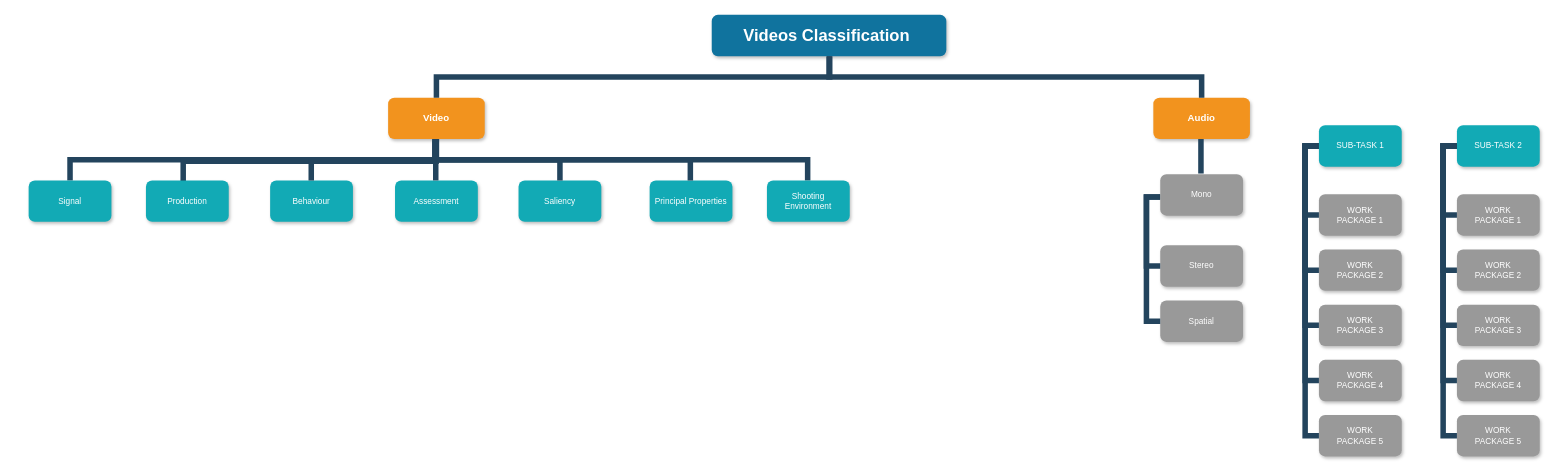
The draw.io diagram Untitled Diagram.drawio in ashutosh3308/360-SimulatorSickness-Data, before the edit. Source tidied: cells renumbered, new cells numbered last; positions are measured from the earlier drawing's top-left corner, leaving out a move shared by most shapes. Both pictures are drawn from the tidied source at 69%, with x=0, y=0 at pixel (28, 14).
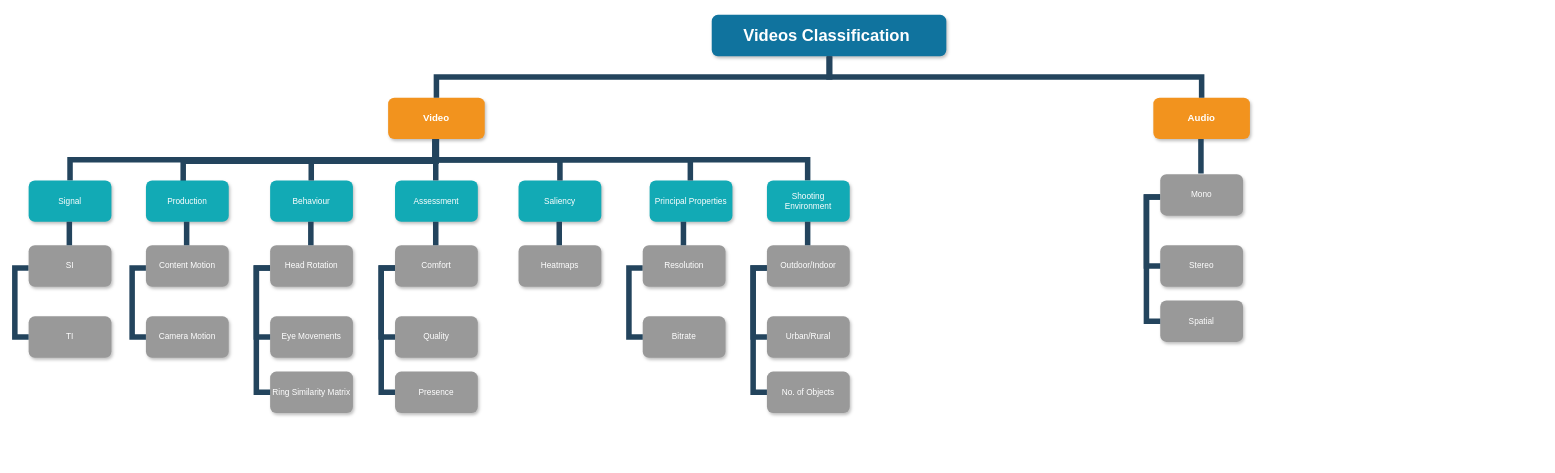
The same page after the edit.

What changed in the source:
```diff
@@
-    <mxCell id="6" value="SUB-TASK 2" style="whiteSpace=wrap;rounded=1;fillColor=#12AAB5;strokeColor=none;shadow=1;fontColor=#FFFFFF;" parent="1" vertex="1">
-      <mxGeometry x="2070" y="160" width="120" height="60" as="geometry" />
-    </mxCell>
-    <mxCell id="7" value="WORK&#10;PACKAGE 1" style="whiteSpace=wrap;rounded=1;fillColor=#999999;strokeColor=none;shadow=1;fontColor=#FFFFFF;fontStyle=0;" parent="1" vertex="1">
-      <mxGeometry x="1870" y="260" width="120" height="60" as="geometry" />
-    </mxCell>
-    <mxCell id="8" value="WORK&#10;PACKAGE 2" style="whiteSpace=wrap;rounded=1;fillColor=#999999;strokeColor=none;shadow=1;fontColor=#FFFFFF;fontStyle=0;" parent="1" vertex="1">
-      <mxGeometry x="1870" y="340" width="120" height="60" as="geometry" />
-    </mxCell>
-    <mxCell id="9" value="WORK&#10;PACKAGE 3" style="whiteSpace=wrap;rounded=1;fillColor=#999999;strokeColor=none;shadow=1;fontColor=#FFFFFF;fontStyle=0;" parent="1" vertex="1">
-      <mxGeometry x="1870" y="420" width="120" height="60" as="geometry" />
-    </mxCell>
-    <mxCell id="10" value="WORK&#10;PACKAGE 4" style="whiteSpace=wrap;rounded=1;fillColor=#999999;strokeColor=none;shadow=1;fontColor=#FFFFFF;fontStyle=0;" parent="1" vertex="1">
-      <mxGeometry x="1870" y="500" width="120" height="60" as="geometry" />
-    </mxCell>
-    <mxCell id="11" value="WORK&#10;PACKAGE 5" style="whiteSpace=wrap;rounded=1;fillColor=#999999;strokeColor=none;shadow=1;fontColor=#FFFFFF;fontStyle=0;" parent="1" vertex="1">
-      <mxGeometry x="1870" y="580" width="120" height="60" as="geometry" />
-    </mxCell>
-    <mxCell id="12" value="WORK&#10;PACKAGE 1" style="whiteSpace=wrap;rounded=1;fillColor=#999999;strokeColor=none;shadow=1;fontColor=#FFFFFF;fontStyle=0;" parent="1" vertex="1">
-      <mxGeometry x="2070" y="260" width="120" height="60" as="geometry" />
-    </mxCell>
-    <mxCell id="13" value="WORK&#10;PACKAGE 2" style="whiteSpace=wrap;rounded=1;fillColor=#999999;strokeColor=none;shadow=1;fontColor=#FFFFFF;fontStyle=0;" parent="1" vertex="1">
-      <mxGeometry x="2070" y="340" width="120" height="60" as="geometry" />
-    </mxCell>
-    <mxCell id="14" value="WORK&#10;PACKAGE 3" style="whiteSpace=wrap;rounded=1;fillColor=#999999;strokeColor=none;shadow=1;fontColor=#FFFFFF;fontStyle=0;" parent="1" vertex="1">
-      <mxGeometry x="2070" y="420" width="120" height="60" as="geometry" />
-    </mxCell>
-    <mxCell id="15" value="WORK&#10;PACKAGE 4" style="whiteSpace=wrap;rounded=1;fillColor=#999999;strokeColor=none;shadow=1;fontColor=#FFFFFF;fontStyle=0;" parent="1" vertex="1">
-      <mxGeometry x="2070" y="500" width="120" height="60" as="geometry" />
-    </mxCell>
-    <mxCell id="16" value="WORK&#10;PACKAGE 5" style="whiteSpace=wrap;rounded=1;fillColor=#999999;strokeColor=none;shadow=1;fontColor=#FFFFFF;fontStyle=0;" parent="1" vertex="1">
-      <mxGeometry x="2070" y="580" width="120" height="60" as="geometry" />
-    </mxCell>
-    <mxCell id="17" style="edgeStyle=elbowEdgeStyle;elbow=horizontal;rounded=0;fontColor=#000000;endArrow=none;endFill=0;strokeWidth=8;strokeColor=#23445D;" parent="1" edge="1" target="7">
-      <mxGeometry relative="1" as="geometry">
-        <mxPoint x="1870" y="190" as="sourcePoint" />
-        <Array as="points">
-          <mxPoint x="1850" y="240" />
-        </Array>
-      </mxGeometry>
-    </mxCell>
-    <mxCell id="18" style="edgeStyle=elbowEdgeStyle;elbow=horizontal;rounded=0;fontColor=#000000;endArrow=none;endFill=0;strokeWidth=8;strokeColor=#23445D;" parent="1" edge="1" target="8">
-      <mxGeometry relative="1" as="geometry">
-        <mxPoint x="1870" y="190" as="sourcePoint" />
-        <Array as="points">
-          <mxPoint x="1850" y="280" />
-        </Array>
-      </mxGeometry>
-    </mxCell>
-    <mxCell id="19" style="edgeStyle=elbowEdgeStyle;elbow=horizontal;rounded=0;fontColor=#000000;endArrow=none;endFill=0;strokeWidth=8;strokeColor=#23445D;" parent="1" edge="1" target="11">
-      <mxGeometry relative="1" as="geometry">
-        <mxPoint x="1870" y="190" as="sourcePoint" />
-        <Array as="points">
-          <mxPoint x="1850" y="410" />
-        </Array>
-      </mxGeometry>
-    </mxCell>
-    <mxCell id="20" style="edgeStyle=elbowEdgeStyle;elbow=horizontal;rounded=0;fontColor=#000000;endArrow=none;endFill=0;strokeWidth=8;strokeColor=#23445D;" parent="1" edge="1" target="10">
-      <mxGeometry relative="1" as="geometry">
-        <mxPoint x="1870" y="190" as="sourcePoint" />
-        <Array as="points">
-          <mxPoint x="1850" y="360" />
-        </Array>
-      </mxGeometry>
-    </mxCell>
-    <mxCell id="21" style="edgeStyle=elbowEdgeStyle;elbow=horizontal;rounded=0;fontColor=#000000;endArrow=none;endFill=0;strokeWidth=8;strokeColor=#23445D;" parent="1" edge="1" target="9">
-      <mxGeometry relative="1" as="geometry">
-        <mxPoint x="1870" y="190" as="sourcePoint" />
-        <Array as="points">
-          <mxPoint x="1850" y="330" />
-        </Array>
-      </mxGeometry>
-    </mxCell>
-    <mxCell id="22" style="edgeStyle=elbowEdgeStyle;elbow=horizontal;rounded=0;fontColor=#000000;endArrow=none;endFill=0;strokeWidth=8;strokeColor=#23445D;" parent="1" edge="1" source="6" target="12">
-      <mxGeometry relative="1" as="geometry">
-        <Array as="points">
-          <mxPoint x="2050" y="240" />
-        </Array>
-      </mxGeometry>
-    </mxCell>
-    <mxCell id="23" style="edgeStyle=elbowEdgeStyle;elbow=horizontal;rounded=0;fontColor=#000000;endArrow=none;endFill=0;strokeWidth=8;strokeColor=#23445D;" parent="1" edge="1" source="6" target="13">
-      <mxGeometry relative="1" as="geometry">
-        <Array as="points">
-          <mxPoint x="2050" y="280" />
-        </Array>
-      </mxGeometry>
-    </mxCell>
-    <mxCell id="24" style="edgeStyle=elbowEdgeStyle;elbow=horizontal;rounded=0;fontColor=#000000;endArrow=none;endFill=0;strokeWidth=8;strokeColor=#23445D;" parent="1" edge="1" source="6" target="16">
-      <mxGeometry relative="1" as="geometry">
-        <Array as="points">
-          <mxPoint x="2050" y="400" />
-        </Array>
-      </mxGeometry>
-    </mxCell>
-    <mxCell id="25" style="edgeStyle=elbowEdgeStyle;elbow=horizontal;rounded=0;fontColor=#000000;endArrow=none;endFill=0;strokeWidth=8;strokeColor=#23445D;" parent="1" edge="1" source="6" target="15">
-      <mxGeometry relative="1" as="geometry">
-        <Array as="points">
-          <mxPoint x="2050" y="360" />
-        </Array>
-      </mxGeometry>
-    </mxCell>
-    <mxCell id="26" style="edgeStyle=elbowEdgeStyle;elbow=horizontal;rounded=0;fontColor=#000000;endArrow=none;endFill=0;strokeWidth=8;strokeColor=#23445D;" parent="1" edge="1" source="6" target="14">
-      <mxGeometry relative="1" as="geometry">
-        <Array as="points">
-          <mxPoint x="2050" y="330" />
-        </Array>
-      </mxGeometry>
-    </mxCell>
@@
-    <mxCell id="37" value="SUB-TASK 1" style="whiteSpace=wrap;rounded=1;fillColor=#12AAB5;strokeColor=none;shadow=1;fontColor=#FFFFFF;" parent="1" vertex="1">
-      <mxGeometry x="1870" y="160" width="120" height="60" as="geometry" />
-    </mxCell>
@@
+    <mxCell id="49" value="Urban/Rural" style="whiteSpace=wrap;rounded=1;fillColor=#999999;strokeColor=none;shadow=1;fontColor=#FFFFFF;fontStyle=0;" parent="1" vertex="1">
+      <mxGeometry x="1070" y="437" width="120" height="60" as="geometry" />
+    </mxCell>
+    <mxCell id="50" value="No. of Objects" style="whiteSpace=wrap;rounded=1;fillColor=#999999;strokeColor=none;shadow=1;fontColor=#FFFFFF;fontStyle=0;" parent="1" vertex="1">
+      <mxGeometry x="1070" y="517" width="120" height="60" as="geometry" />
+    </mxCell>
+    <mxCell id="51" style="edgeStyle=elbowEdgeStyle;elbow=horizontal;rounded=0;fontColor=#000000;endArrow=none;endFill=0;strokeWidth=8;strokeColor=#23445D;" parent="1" edge="1" target="49">
+      <mxGeometry relative="1" as="geometry">
+        <mxPoint x="1070" y="367" as="sourcePoint" />
+        <Array as="points">
+          <mxPoint x="1050" y="417" />
+        </Array>
+      </mxGeometry>
+    </mxCell>
+    <mxCell id="52" style="edgeStyle=elbowEdgeStyle;elbow=horizontal;rounded=0;fontColor=#000000;endArrow=none;endFill=0;strokeWidth=8;strokeColor=#23445D;" parent="1" edge="1" target="50">
+      <mxGeometry relative="1" as="geometry">
+        <mxPoint x="1070" y="367" as="sourcePoint" />
+        <Array as="points">
+          <mxPoint x="1050" y="457" />
+        </Array>
+      </mxGeometry>
+    </mxCell>
+    <mxCell id="53" value="Outdoor/Indoor" style="whiteSpace=wrap;rounded=1;fillColor=#999999;strokeColor=none;shadow=1;fontColor=#FFFFFF;fontStyle=0;" parent="1" vertex="1">
+      <mxGeometry x="1070" y="334" width="120" height="60" as="geometry" />
+    </mxCell>
+    <mxCell id="54" style="edgeStyle=elbowEdgeStyle;elbow=vertical;rounded=0;fontColor=#000000;endArrow=none;endFill=0;strokeWidth=8;strokeColor=#23445D;" parent="1" edge="1">
+      <mxGeometry relative="1" as="geometry">
+        <mxPoint x="1129" y="300" as="sourcePoint" />
+        <mxPoint x="1129" y="300" as="targetPoint" />
+        <Array as="points">
+          <mxPoint x="780.3" y="334" />
+        </Array>
+      </mxGeometry>
+    </mxCell>
+    <mxCell id="55" value="TI" style="whiteSpace=wrap;rounded=1;fillColor=#999999;strokeColor=none;shadow=1;fontColor=#FFFFFF;fontStyle=0;" parent="1" vertex="1">
+      <mxGeometry y="437" width="120" height="60" as="geometry" />
+    </mxCell>
+    <mxCell id="56" style="edgeStyle=elbowEdgeStyle;elbow=horizontal;rounded=0;fontColor=#000000;endArrow=none;endFill=0;strokeWidth=8;strokeColor=#23445D;" parent="1" edge="1" target="55">
+      <mxGeometry relative="1" as="geometry">
+        <mxPoint y="367" as="sourcePoint" />
+        <Array as="points">
+          <mxPoint x="-20" y="417" />
+        </Array>
+      </mxGeometry>
+    </mxCell>
+    <mxCell id="57" value="SI" style="whiteSpace=wrap;rounded=1;fillColor=#999999;strokeColor=none;shadow=1;fontColor=#FFFFFF;fontStyle=0;" parent="1" vertex="1">
+      <mxGeometry y="334" width="120" height="60" as="geometry" />
+    </mxCell>
+    <mxCell id="58" style="edgeStyle=elbowEdgeStyle;elbow=vertical;rounded=0;fontColor=#000000;endArrow=none;endFill=0;strokeWidth=8;strokeColor=#23445D;" parent="1" edge="1">
+      <mxGeometry relative="1" as="geometry">
+        <mxPoint x="59" y="300" as="sourcePoint" />
+        <mxPoint x="59" y="300" as="targetPoint" />
+        <Array as="points">
+          <mxPoint x="-289.7" y="334" />
+        </Array>
+      </mxGeometry>
+    </mxCell>
+    <mxCell id="59" value="Bitrate" style="whiteSpace=wrap;rounded=1;fillColor=#999999;strokeColor=none;shadow=1;fontColor=#FFFFFF;fontStyle=0;" parent="1" vertex="1">
+      <mxGeometry x="890" y="437" width="120" height="60" as="geometry" />
+    </mxCell>
+    <mxCell id="60" style="edgeStyle=elbowEdgeStyle;elbow=horizontal;rounded=0;fontColor=#000000;endArrow=none;endFill=0;strokeWidth=8;strokeColor=#23445D;" parent="1" edge="1" target="59">
+      <mxGeometry relative="1" as="geometry">
+        <mxPoint x="890" y="367" as="sourcePoint" />
+        <Array as="points">
+          <mxPoint x="870" y="417" />
+        </Array>
+      </mxGeometry>
+    </mxCell>
+    <mxCell id="61" value="Resolution" style="whiteSpace=wrap;rounded=1;fillColor=#999999;strokeColor=none;shadow=1;fontColor=#FFFFFF;fontStyle=0;" parent="1" vertex="1">
+      <mxGeometry x="890" y="334" width="120" height="60" as="geometry" />
+    </mxCell>
+    <mxCell id="62" style="edgeStyle=elbowEdgeStyle;elbow=vertical;rounded=0;fontColor=#000000;endArrow=none;endFill=0;strokeWidth=8;strokeColor=#23445D;" parent="1" edge="1">
+      <mxGeometry relative="1" as="geometry">
+        <mxPoint x="949" y="300" as="sourcePoint" />
+        <mxPoint x="949" y="300" as="targetPoint" />
+        <Array as="points">
+          <mxPoint x="600.3" y="334" />
+        </Array>
+      </mxGeometry>
+    </mxCell>
+    <mxCell id="63" value="Camera Motion" style="whiteSpace=wrap;rounded=1;fillColor=#999999;strokeColor=none;shadow=1;fontColor=#FFFFFF;fontStyle=0;" parent="1" vertex="1">
+      <mxGeometry x="170" y="437" width="120" height="60" as="geometry" />
+    </mxCell>
+    <mxCell id="64" style="edgeStyle=elbowEdgeStyle;elbow=horizontal;rounded=0;fontColor=#000000;endArrow=none;endFill=0;strokeWidth=8;strokeColor=#23445D;" parent="1" edge="1" target="63">
+      <mxGeometry relative="1" as="geometry">
+        <mxPoint x="170" y="367" as="sourcePoint" />
+        <Array as="points">
+          <mxPoint x="150" y="417" />
+        </Array>
+      </mxGeometry>
+    </mxCell>
+    <mxCell id="65" value="Content Motion" style="whiteSpace=wrap;rounded=1;fillColor=#999999;strokeColor=none;shadow=1;fontColor=#FFFFFF;fontStyle=0;" parent="1" vertex="1">
+      <mxGeometry x="170" y="334" width="120" height="60" as="geometry" />
+    </mxCell>
+    <mxCell id="66" style="edgeStyle=elbowEdgeStyle;elbow=vertical;rounded=0;fontColor=#000000;endArrow=none;endFill=0;strokeWidth=8;strokeColor=#23445D;" parent="1" edge="1">
+      <mxGeometry relative="1" as="geometry">
+        <mxPoint x="229" y="300" as="sourcePoint" />
+        <mxPoint x="229" y="300" as="targetPoint" />
+        <Array as="points">
+          <mxPoint x="-119.7" y="334" />
+        </Array>
+      </mxGeometry>
+    </mxCell>
+    <mxCell id="67" value="Eye Movements" style="whiteSpace=wrap;rounded=1;fillColor=#999999;strokeColor=none;shadow=1;fontColor=#FFFFFF;fontStyle=0;" parent="1" vertex="1">
+      <mxGeometry x="350" y="437" width="120" height="60" as="geometry" />
+    </mxCell>
+    <mxCell id="68" value="Ring Similarity Matrix" style="whiteSpace=wrap;rounded=1;fillColor=#999999;strokeColor=none;shadow=1;fontColor=#FFFFFF;fontStyle=0;" parent="1" vertex="1">
+      <mxGeometry x="350" y="517" width="120" height="60" as="geometry" />
+    </mxCell>
+    <mxCell id="69" style="edgeStyle=elbowEdgeStyle;elbow=horizontal;rounded=0;fontColor=#000000;endArrow=none;endFill=0;strokeWidth=8;strokeColor=#23445D;" parent="1" edge="1" target="67">
+      <mxGeometry relative="1" as="geometry">
+        <mxPoint x="350" y="367" as="sourcePoint" />
+        <Array as="points">
+          <mxPoint x="330" y="417" />
+        </Array>
+      </mxGeometry>
+    </mxCell>
+    <mxCell id="70" style="edgeStyle=elbowEdgeStyle;elbow=horizontal;rounded=0;fontColor=#000000;endArrow=none;endFill=0;strokeWidth=8;strokeColor=#23445D;" parent="1" edge="1" target="68">
+      <mxGeometry relative="1" as="geometry">
+        <mxPoint x="350" y="367" as="sourcePoint" />
+        <Array as="points">
+          <mxPoint x="330" y="457" />
+        </Array>
+      </mxGeometry>
+    </mxCell>
+    <mxCell id="71" value="Head Rotation" style="whiteSpace=wrap;rounded=1;fillColor=#999999;strokeColor=none;shadow=1;fontColor=#FFFFFF;fontStyle=0;" parent="1" vertex="1">
+      <mxGeometry x="350" y="334" width="120" height="60" as="geometry" />
+    </mxCell>
+    <mxCell id="72" style="edgeStyle=elbowEdgeStyle;elbow=vertical;rounded=0;fontColor=#000000;endArrow=none;endFill=0;strokeWidth=8;strokeColor=#23445D;" parent="1" edge="1">
+      <mxGeometry relative="1" as="geometry">
+        <mxPoint x="409" y="300" as="sourcePoint" />
+        <mxPoint x="409" y="300" as="targetPoint" />
+        <Array as="points">
+          <mxPoint x="60.3" y="334" />
+        </Array>
+      </mxGeometry>
+    </mxCell>
+    <mxCell id="73" value="Quality" style="whiteSpace=wrap;rounded=1;fillColor=#999999;strokeColor=none;shadow=1;fontColor=#FFFFFF;fontStyle=0;" parent="1" vertex="1">
+      <mxGeometry x="531" y="437" width="120" height="60" as="geometry" />
+    </mxCell>
+    <mxCell id="74" value="Presence" style="whiteSpace=wrap;rounded=1;fillColor=#999999;strokeColor=none;shadow=1;fontColor=#FFFFFF;fontStyle=0;" parent="1" vertex="1">
+      <mxGeometry x="531" y="517" width="120" height="60" as="geometry" />
+    </mxCell>
+    <mxCell id="75" style="edgeStyle=elbowEdgeStyle;elbow=horizontal;rounded=0;fontColor=#000000;endArrow=none;endFill=0;strokeWidth=8;strokeColor=#23445D;" parent="1" edge="1" target="73">
+      <mxGeometry relative="1" as="geometry">
+        <mxPoint x="531" y="367" as="sourcePoint" />
+        <Array as="points">
+          <mxPoint x="511" y="417" />
+        </Array>
+      </mxGeometry>
+    </mxCell>
+    <mxCell id="76" style="edgeStyle=elbowEdgeStyle;elbow=horizontal;rounded=0;fontColor=#000000;endArrow=none;endFill=0;strokeWidth=8;strokeColor=#23445D;" parent="1" edge="1" target="74">
+      <mxGeometry relative="1" as="geometry">
+        <mxPoint x="531" y="367" as="sourcePoint" />
+        <Array as="points">
+          <mxPoint x="511" y="457" />
+        </Array>
+      </mxGeometry>
+    </mxCell>
+    <mxCell id="77" value="Comfort" style="whiteSpace=wrap;rounded=1;fillColor=#999999;strokeColor=none;shadow=1;fontColor=#FFFFFF;fontStyle=0;" parent="1" vertex="1">
+      <mxGeometry x="531" y="334" width="120" height="60" as="geometry" />
+    </mxCell>
+    <mxCell id="78" style="edgeStyle=elbowEdgeStyle;elbow=vertical;rounded=0;fontColor=#000000;endArrow=none;endFill=0;strokeWidth=8;strokeColor=#23445D;" parent="1" edge="1">
+      <mxGeometry relative="1" as="geometry">
+        <mxPoint x="590" y="300" as="sourcePoint" />
+        <mxPoint x="590" y="300" as="targetPoint" />
+        <Array as="points">
+          <mxPoint x="241.3" y="334" />
+        </Array>
+      </mxGeometry>
+    </mxCell>
+    <mxCell id="79" value="Heatmaps" style="whiteSpace=wrap;rounded=1;fillColor=#999999;strokeColor=none;shadow=1;fontColor=#FFFFFF;fontStyle=0;" parent="1" vertex="1">
+      <mxGeometry x="710" y="334" width="120" height="60" as="geometry" />
+    </mxCell>
+    <mxCell id="80" style="edgeStyle=elbowEdgeStyle;elbow=vertical;rounded=0;fontColor=#000000;endArrow=none;endFill=0;strokeWidth=8;strokeColor=#23445D;" parent="1" edge="1">
+      <mxGeometry relative="1" as="geometry">
+        <mxPoint x="769" y="300" as="sourcePoint" />
+        <mxPoint x="769" y="300" as="targetPoint" />
+        <Array as="points">
+          <mxPoint x="420.3" y="334" />
+        </Array>
+      </mxGeometry>
+    </mxCell>
```
